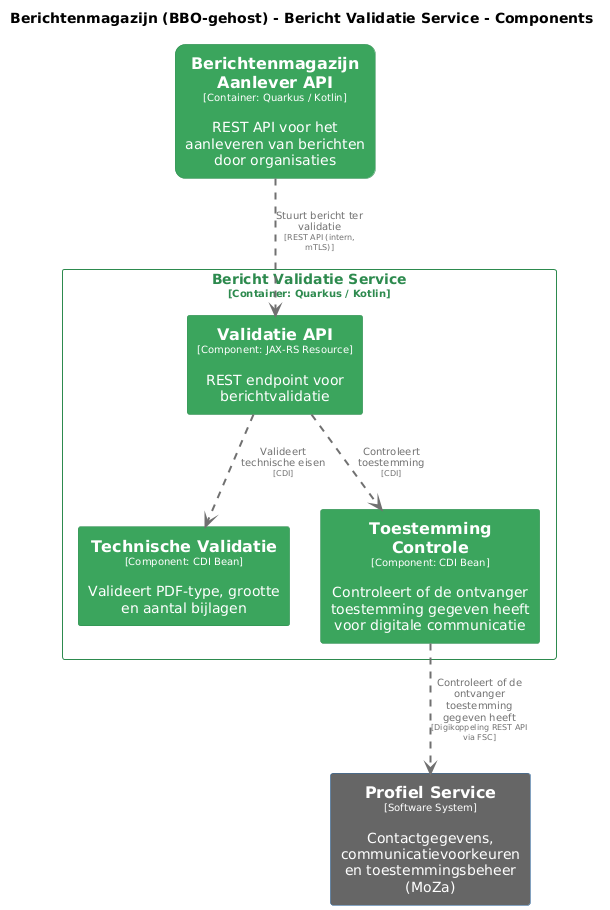
Earlier version of the PlantUML export master/png/BerichtValidatieComponenten.png (MinBZK/moza-poc-fbs-berichtenbox).
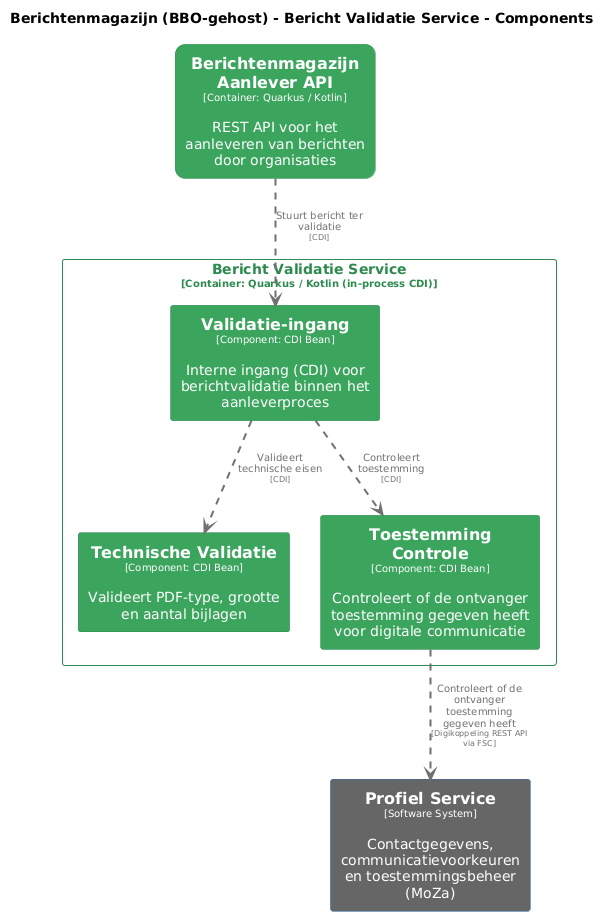
After the commit.

Change to the diagram source:
```diff
@@ -40,7 +40,7 @@
   BorderColor #2d8a4e
   shadowing false
 }
-skinparam rectangle<<BerichtenmagazijnBBOgehost.BerichtValidatieService.ValidatieAPI>> {
+skinparam rectangle<<BerichtenmagazijnBBOgehost.BerichtValidatieService.Validatieingang>> {
   BackgroundColor #3ba55d
   FontColor #ffffff
   BorderColor #2d8a4e
@@ -55,14 +55,14 @@
 rectangle "==Profiel Service\n<size:10>[Software System]</size>\n\nContactgegevens, communicatievoorkeuren en toestemmingsbeheer (MoZa)" <<ProfielService>> as ProfielService
 rectangle "==Berichtenmagazijn Aanlever API\n<size:10>[Container: Quarkus / Kotlin]</size>\n\nREST API voor het aanleveren van berichten door organisaties" <<BerichtenmagazijnBBOgehost.BerichtenmagazijnAanleverAPI>> as BerichtenmagazijnBBOgehost.BerichtenmagazijnAanleverAPI
 
-rectangle "Bericht Validatie Service\n<size:10>[Container: Quarkus / Kotlin]</size>" <<BerichtenmagazijnBBOgehost.BerichtValidatieService>> {
-  rectangle "==Validatie API\n<size:10>[Component: JAX-RS Resource]</size>\n\nREST endpoint voor berichtvalidatie" <<BerichtenmagazijnBBOgehost.BerichtValidatieService.ValidatieAPI>> as BerichtenmagazijnBBOgehost.BerichtValidatieService.ValidatieAPI
+rectangle "Bericht Validatie Service\n<size:10>[Container: Quarkus / Kotlin (in-process CDI)]</size>" <<BerichtenmagazijnBBOgehost.BerichtValidatieService>> {
+  rectangle "==Validatie-ingang\n<size:10>[Component: CDI Bean]</size>\n\nInterne ingang (CDI) voor berichtvalidatie binnen het aanleverproces" <<BerichtenmagazijnBBOgehost.BerichtValidatieService.Validatieingang>> as BerichtenmagazijnBBOgehost.BerichtValidatieService.Validatieingang
   rectangle "==Technische Validatie\n<size:10>[Component: CDI Bean]</size>\n\nValideert PDF-type, grootte en aantal bijlagen" <<BerichtenmagazijnBBOgehost.BerichtValidatieService.TechnischeValidatie>> as BerichtenmagazijnBBOgehost.BerichtValidatieService.TechnischeValidatie
   rectangle "==Toestemming Controle\n<size:10>[Component: CDI Bean]</size>\n\nControleert of de ontvanger toestemming gegeven heeft voor digitale communicatie" <<BerichtenmagazijnBBOgehost.BerichtValidatieService.ToestemmingControle>> as BerichtenmagazijnBBOgehost.BerichtValidatieService.ToestemmingControle
 }
 
 BerichtenmagazijnBBOgehost.BerichtValidatieService.ToestemmingControle .[#707070,thickness=2].> ProfielService : "<color:#707070>Controleert of de ontvanger toestemming gegeven heeft\n<color:#707070><size:8>[Digikoppeling REST API via FSC]</size>"
-BerichtenmagazijnBBOgehost.BerichtValidatieService.ValidatieAPI .[#707070,thickness=2].> BerichtenmagazijnBBOgehost.BerichtValidatieService.TechnischeValidatie : "<color:#707070>Valideert technische eisen\n<color:#707070><size:8>[CDI]</size>"
-BerichtenmagazijnBBOgehost.BerichtValidatieService.ValidatieAPI .[#707070,thickness=2].> BerichtenmagazijnBBOgehost.BerichtValidatieService.ToestemmingControle : "<color:#707070>Controleert toestemming\n<color:#707070><size:8>[CDI]</size>"
-BerichtenmagazijnBBOgehost.BerichtenmagazijnAanleverAPI .[#707070,thickness=2].> BerichtenmagazijnBBOgehost.BerichtValidatieService.ValidatieAPI : "<color:#707070>Stuurt bericht ter validatie\n<color:#707070><size:8>[REST API (intern, mTLS)]</size>"
+BerichtenmagazijnBBOgehost.BerichtValidatieService.Validatieingang .[#707070,thickness=2].> BerichtenmagazijnBBOgehost.BerichtValidatieService.TechnischeValidatie : "<color:#707070>Valideert technische eisen\n<color:#707070><size:8>[CDI]</size>"
+BerichtenmagazijnBBOgehost.BerichtValidatieService.Validatieingang .[#707070,thickness=2].> BerichtenmagazijnBBOgehost.BerichtValidatieService.ToestemmingControle : "<color:#707070>Controleert toestemming\n<color:#707070><size:8>[CDI]</size>"
+BerichtenmagazijnBBOgehost.BerichtenmagazijnAanleverAPI .[#707070,thickness=2].> BerichtenmagazijnBBOgehost.BerichtValidatieService.Validatieingang : "<color:#707070>Stuurt bericht ter validatie\n<color:#707070><size:8>[CDI]</size>"
 @enduml
```
